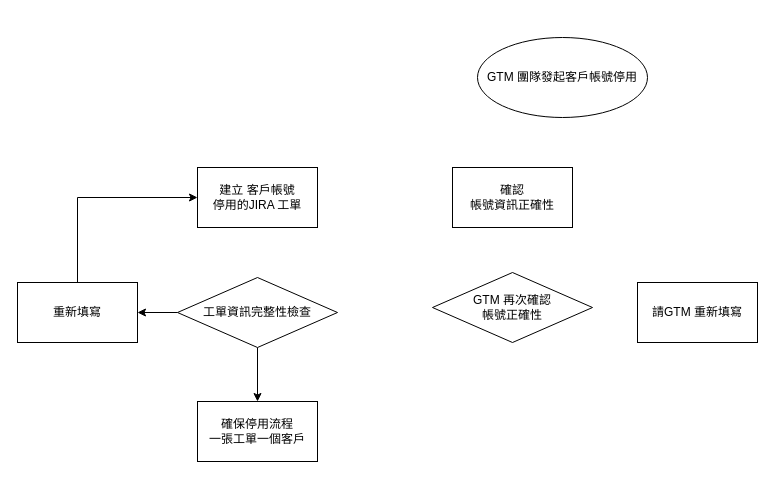
Above: Account operation.drawio in Cadmus-design/Diagrams (draw.io), before the change. Source tidied: cells renumbered, new cells numbered last; positions are measured from the earlier drawing's top-left corner, leaving out a move shared by most shapes. Both pictures are drawn from the tidied source at 100%, with x=0, y=0 at pixel (17, 37).
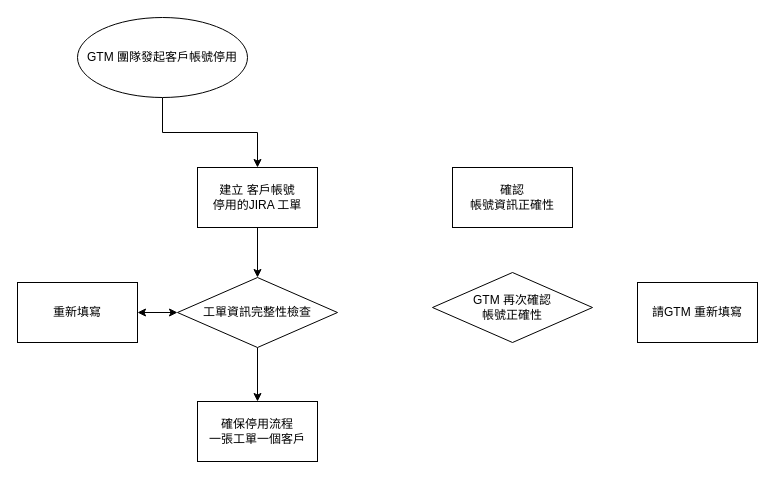
The same diagram, later.

What changed in the source:
```diff
@@
 <mxGraphModel>
   <root>
     <mxCell id="0" />
     <mxCell id="1" parent="0" />
+    <mxCell id="13" style="edgeStyle=orthogonalEdgeStyle;rounded=0;jettySize=auto;html=1;entryX=0.5;entryY=0;entryDx=0;entryDy=0;" parent="1" edge="1" source="2" target="3">
+      <mxGeometry relative="1" as="geometry" />
+    </mxCell>
     <mxCell id="2" value="GTM 團隊發起客戶帳號停用" style="ellipse;whiteSpace=wrap;html=1;" parent="1" vertex="1">
-      <mxGeometry x="460" width="170" height="80" as="geometry" />
+      <mxGeometry x="60" y="-20" width="170" height="80" as="geometry" />
     </mxCell>
+    <mxCell id="14" style="edgeStyle=orthogonalEdgeStyle;rounded=0;jettySize=auto;html=1;" parent="1" edge="1" source="3" target="6">
+      <mxGeometry relative="1" as="geometry" />
+    </mxCell>
     <mxCell id="3" value="&lt;div&gt;建立 客戶帳號&lt;/div&gt;&lt;div&gt;停用的JIRA 工單&lt;/div&gt;" style="rounded=0;whiteSpace=wrap;html=1;" parent="1" vertex="1">
       <mxGeometry x="180" y="130" width="120" height="60" as="geometry" />
     </mxCell>
-    <mxCell id="4" style="edgeStyle=orthogonalEdgeStyle;rounded=0;jettySize=auto;html=1;" parent="1" edge="1" source="6" target="8">
+    <mxCell id="4" style="edgeStyle=orthogonalEdgeStyle;rounded=0;jettySize=auto;html=1;startArrow=classic;startFill=1;" parent="1" edge="1" source="6" target="8">
       <mxGeometry relative="1" as="geometry" />
     </mxCell>
     <mxCell id="5" style="edgeStyle=orthogonalEdgeStyle;rounded=0;jettySize=auto;html=1;" parent="1" edge="1" source="6" target="9">
       <mxGeometry relative="1" as="geometry" />
     </mxCell>
     <mxCell id="6" value="工單資訊完整性檢查" style="rhombus;whiteSpace=wrap;html=1;" parent="1" vertex="1">
       <mxGeometry x="160" y="240" width="160" height="70" as="geometry" />
     </mxCell>
-    <mxCell id="7" style="edgeStyle=orthogonalEdgeStyle;rounded=0;jettySize=auto;html=1;entryX=0;entryY=0.5;entryDx=0;entryDy=0;" parent="1" edge="1" source="8" target="3">
-      <mxGeometry relative="1" as="geometry">
-        <Array as="points">
-          <mxPoint x="60" y="160" />
-        </Array>
-      </mxGeometry>
-    </mxCell>
     <mxCell id="8" value="重新填寫" style="rounded=0;whiteSpace=wrap;html=1;" parent="1" vertex="1">
       <mxGeometry y="245" width="120" height="60" as="geometry" />
     </mxCell>
     <mxCell id="9" value="&lt;div&gt;確保停用流程&lt;/div&gt;&lt;div&gt;一張工單一個客戶&lt;/div&gt;" style="rounded=0;whiteSpace=wrap;html=1;" parent="1" vertex="1">
       <mxGeometry x="180" y="364" width="120" height="60" as="geometry" />
     </mxCell>
     <mxCell id="10" value="&lt;div&gt;確認&lt;/div&gt;&lt;div&gt;帳號資訊正確性&lt;/div&gt;" style="rounded=0;whiteSpace=wrap;html=1;" parent="1" vertex="1">
       <mxGeometry x="435" y="130" width="120" height="60" as="geometry" />
     </mxCell>
     <mxCell id="11" value="&lt;div&gt;GTM 再次確認&lt;/div&gt;&lt;div&gt;帳號正確性&lt;/div&gt;" style="rhombus;whiteSpace=wrap;html=1;" parent="1" vertex="1">
       <mxGeometry x="415" y="235" width="160" height="70" as="geometry" />
     </mxCell>
     <mxCell id="12" value="請GTM 重新填寫" style="rounded=0;whiteSpace=wrap;html=1;" parent="1" vertex="1">
       <mxGeometry x="620" y="245" width="120" height="60" as="geometry" />
     </mxCell>
   </root>
 </mxGraphModel>
```
